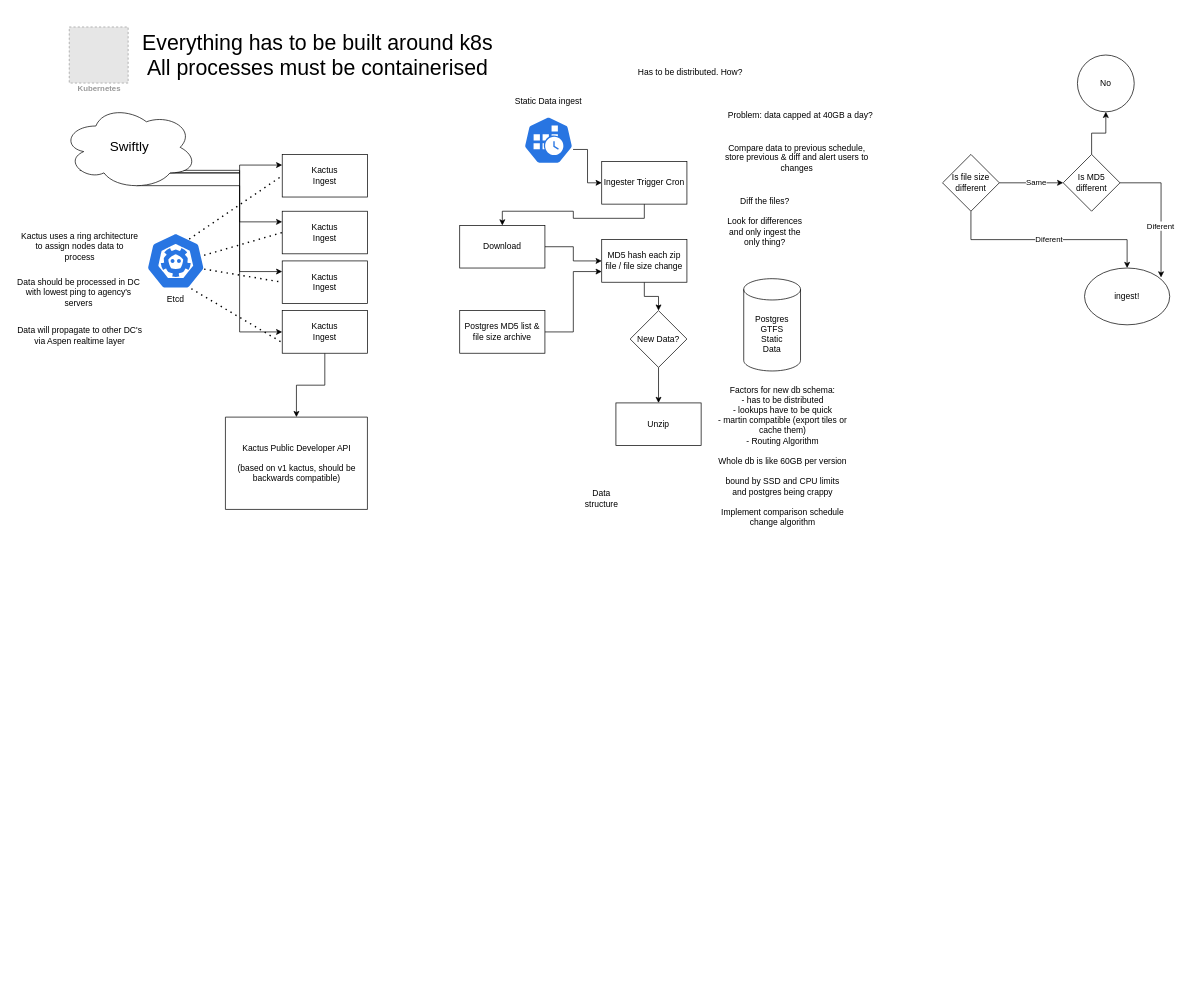
This is New Catenary Architecture.drawio from CatenaryMaps/diagrams, a draw.io file, before an edit. Source tidied: cells renumbered, new cells numbered last; positions are measured from the earlier drawing's top-left corner, leaving out a move shared by most shapes. Both pictures are drawn from the tidied source at 71%, with x=0, y=0 at pixel (12, 12). Pictures stored in the file or linked from it are replaced by grey dashed boxes.
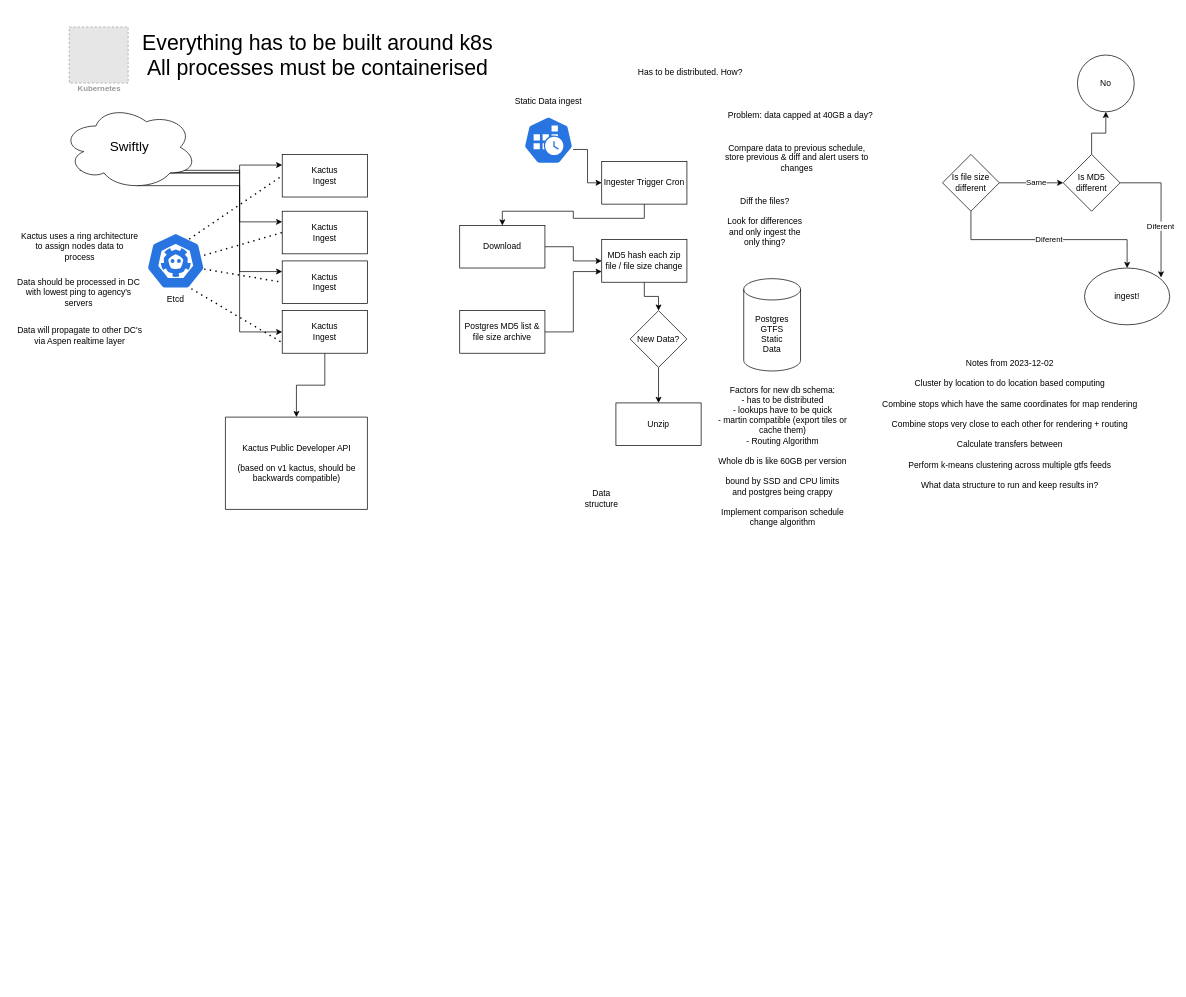
After the change.

Change to the diagram source:
```diff
@@
+    <mxCell id="56" value="Notes from 2023-12-02&lt;br&gt;&lt;br&gt;Cluster by location to do location based computing&lt;br&gt;&lt;br&gt;Combine stops which have the same coordinates for map rendering&lt;br&gt;&lt;br&gt;Combine stops very close to each other for rendering + routing&lt;br&gt;&lt;br&gt;Calculate transfers between&lt;br&gt;&lt;br&gt;Perform k-means clustering across multiple gtfs feeds&lt;br&gt;&lt;br&gt;What data structure to run and keep results in?" style="text;html=1;strokeColor=none;fillColor=none;align=center;verticalAlign=middle;whiteSpace=wrap;rounded=0;" parent="1" vertex="1">
+      <mxGeometry x="1220" y="480" width="370" height="200" as="geometry" />
+    </mxCell>
```
